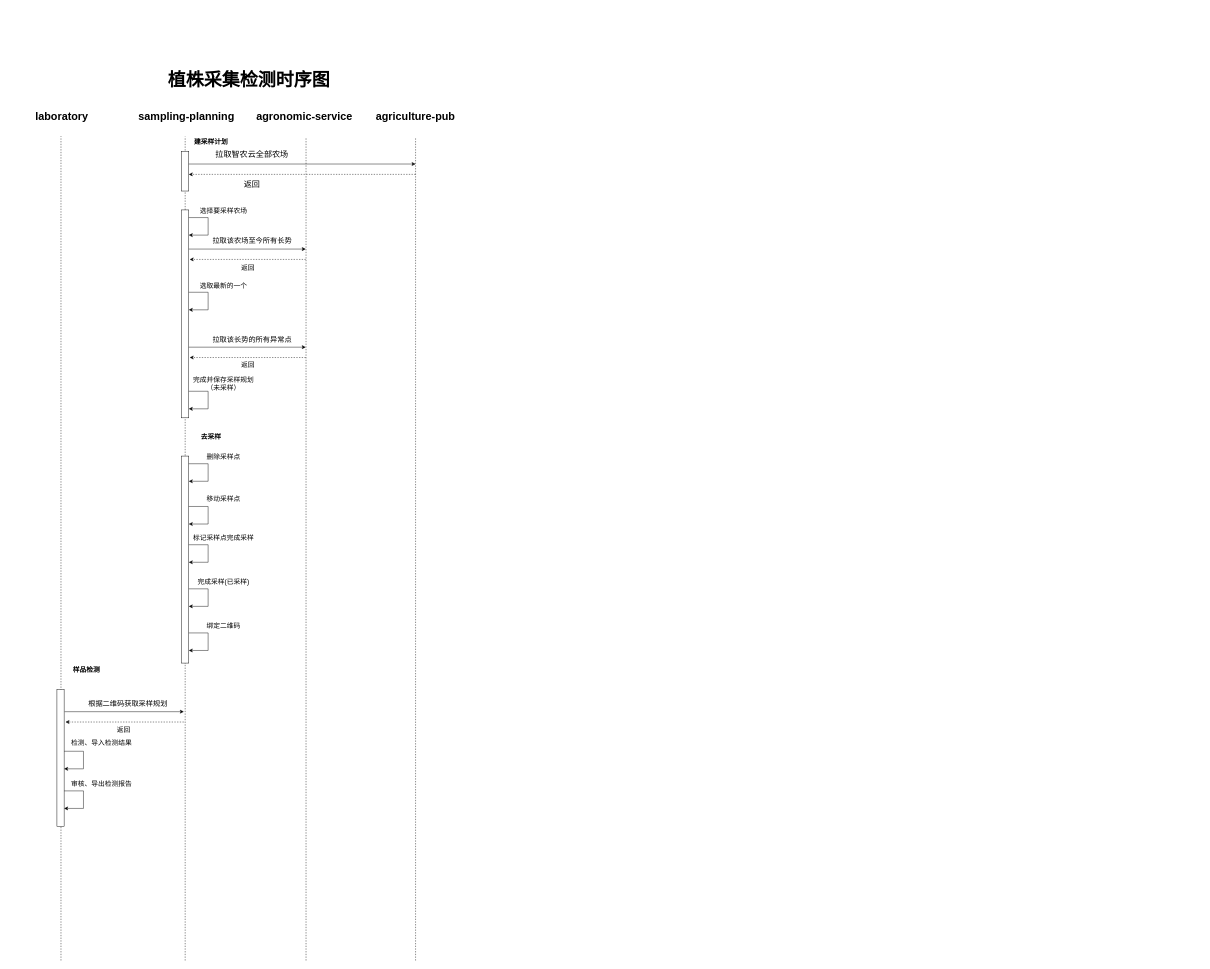
RK-JD/DrawIO keeps this draw.io diagram as 植株检测流程图.drawio. Above is the earlier version. Source tidied: cells renumbered, new cells numbered last; positions are measured from the earlier drawing's top-left corner, leaving out a move shared by most shapes. Both pictures are drawn from the tidied source at 45%, with x=0, y=0 at pixel (8, 50).
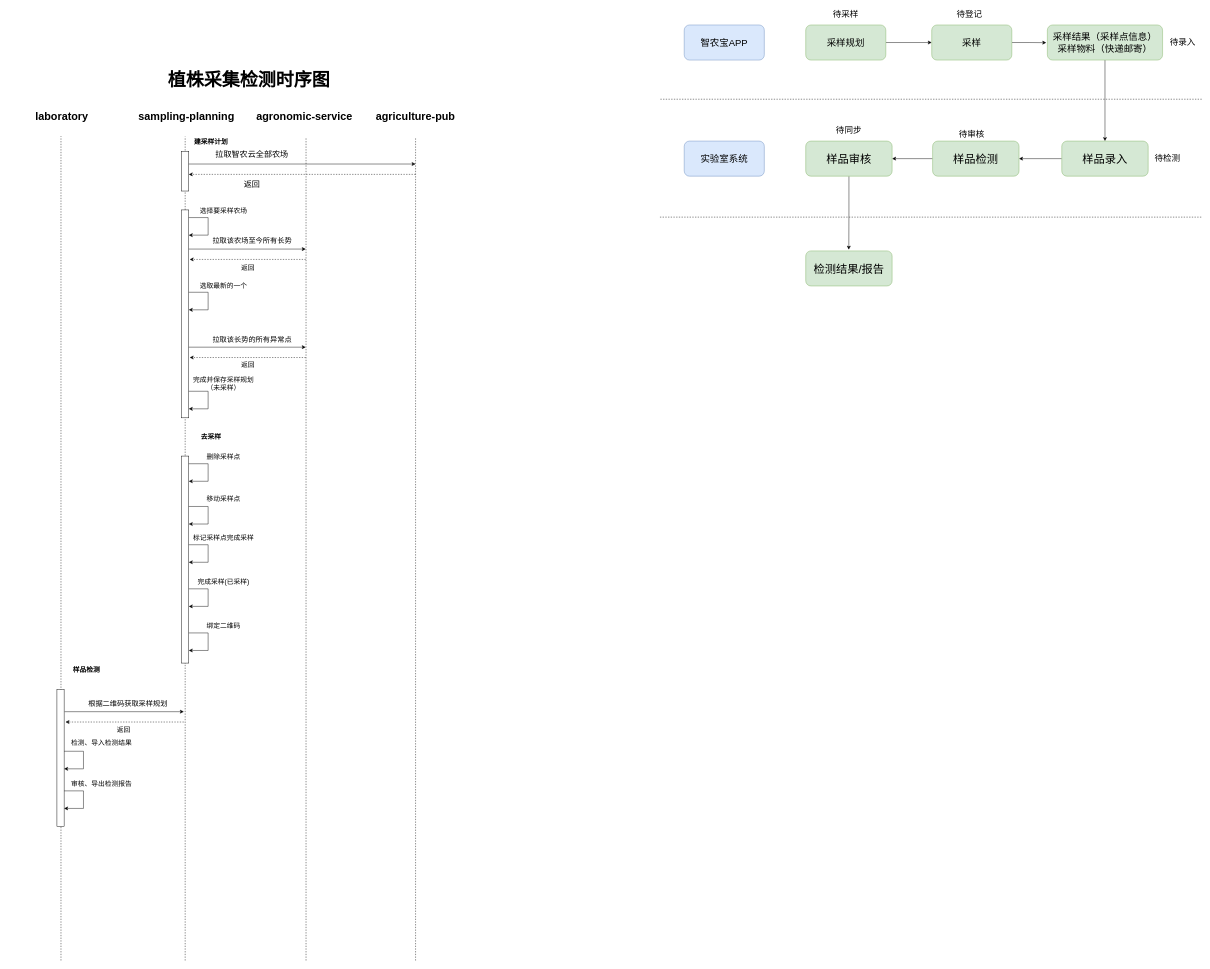
The same diagram, later.

Commit message:
更新植株检测流程图.drawio

What changed in the source:
```diff
@@
+    <mxCell id="54" value="智农宝APP" style="rounded=1;whiteSpace=wrap;html=1;fontSize=21;fontStyle=0;fillColor=#dae8fc;strokeColor=#6c8ebf;" parent="1" vertex="1">
+      <mxGeometry x="1503" y="-55" width="178" height="78" as="geometry" />
+    </mxCell>
+    <mxCell id="55" value="实验室系统" style="rounded=1;whiteSpace=wrap;html=1;fontSize=21;fontStyle=0;fillColor=#dae8fc;strokeColor=#6c8ebf;" parent="1" vertex="1">
+      <mxGeometry x="1503" y="203" width="178" height="78" as="geometry" />
+    </mxCell>
+    <mxCell id="56" style="edgeStyle=orthogonalEdgeStyle;rounded=0;jettySize=auto;html=1;exitX=1;exitY=0.5;exitDx=0;exitDy=0;entryX=0;entryY=0.5;entryDx=0;entryDy=0;" parent="1" edge="1" source="57" target="59">
+      <mxGeometry relative="1" as="geometry" />
+    </mxCell>
+    <mxCell id="57" value="采样规划" style="rounded=1;whiteSpace=wrap;html=1;fontSize=21;fontStyle=0;fillColor=#d5e8d4;strokeColor=#82b366;" parent="1" vertex="1">
+      <mxGeometry x="1773" y="-55" width="178" height="78" as="geometry" />
+    </mxCell>
+    <mxCell id="58" style="edgeStyle=orthogonalEdgeStyle;rounded=0;jettySize=auto;html=1;exitX=1;exitY=0.5;exitDx=0;exitDy=0;" parent="1" edge="1" source="59">
+      <mxGeometry relative="1" as="geometry">
+        <mxPoint x="2307.5" y="-15.7" as="targetPoint" />
+      </mxGeometry>
+    </mxCell>
+    <mxCell id="59" value="采样" style="rounded=1;whiteSpace=wrap;html=1;fontSize=21;fontStyle=0;fillColor=#d5e8d4;strokeColor=#82b366;" parent="1" vertex="1">
+      <mxGeometry x="2053" y="-55" width="178" height="78" as="geometry" />
+    </mxCell>
+    <mxCell id="60" value="&lt;span style=&quot;font-size: 19px;&quot;&gt;待采样&lt;/span&gt;" style="text;html=1;align=center;verticalAlign=middle;whiteSpace=wrap;rounded=0;strokeWidth=5;" parent="1" vertex="1">
+      <mxGeometry x="1832" y="-93" width="60" height="30" as="geometry" />
+    </mxCell>
+    <mxCell id="61" value="&lt;span style=&quot;font-size: 19px;&quot;&gt;待登记&lt;/span&gt;" style="text;html=1;align=center;verticalAlign=middle;whiteSpace=wrap;rounded=0;strokeWidth=5;" parent="1" vertex="1">
+      <mxGeometry x="2107" y="-93" width="60" height="30" as="geometry" />
+    </mxCell>
+    <mxCell id="62" style="edgeStyle=orthogonalEdgeStyle;rounded=0;jettySize=auto;html=1;exitX=0.5;exitY=1;exitDx=0;exitDy=0;entryX=0.5;entryY=0;entryDx=0;entryDy=0;" parent="1" edge="1" source="63" target="66">
+      <mxGeometry relative="1" as="geometry" />
+    </mxCell>
+    <mxCell id="63" value="采样结果（采样点信息）&lt;br&gt;采样物料（快递邮寄）" style="rounded=1;whiteSpace=wrap;html=1;fontSize=21;fontStyle=0;fillColor=#d5e8d4;strokeColor=#82b366;" parent="1" vertex="1">
+      <mxGeometry x="2310" y="-55" width="256" height="78" as="geometry" />
+    </mxCell>
+    <mxCell id="64" value="&lt;span style=&quot;font-size: 19px;&quot;&gt;待录入&lt;/span&gt;" style="text;html=1;align=center;verticalAlign=middle;whiteSpace=wrap;rounded=0;strokeWidth=5;" parent="1" vertex="1">
+      <mxGeometry x="2581" y="-30" width="60" height="30" as="geometry" />
+    </mxCell>
+    <mxCell id="65" style="edgeStyle=orthogonalEdgeStyle;rounded=0;jettySize=auto;html=1;exitX=0;exitY=0.5;exitDx=0;exitDy=0;" parent="1" edge="1" source="66" target="68">
+      <mxGeometry relative="1" as="geometry" />
+    </mxCell>
+    <mxCell id="66" value="样品录入" style="rounded=1;whiteSpace=wrap;html=1;fontSize=25;fontStyle=0;fillColor=#d5e8d4;strokeColor=#82b366;" parent="1" vertex="1">
+      <mxGeometry x="2342" y="203" width="192" height="78" as="geometry" />
+    </mxCell>
+    <mxCell id="67" style="edgeStyle=orthogonalEdgeStyle;rounded=0;jettySize=auto;html=1;exitX=0;exitY=0.5;exitDx=0;exitDy=0;entryX=1;entryY=0.5;entryDx=0;entryDy=0;" parent="1" edge="1" source="68" target="71">
+      <mxGeometry relative="1" as="geometry" />
+    </mxCell>
+    <mxCell id="68" value="样品检测" style="rounded=1;whiteSpace=wrap;html=1;fontSize=25;fontStyle=0;fillColor=#d5e8d4;strokeColor=#82b366;" parent="1" vertex="1">
+      <mxGeometry x="2055" y="203" width="192" height="78" as="geometry" />
+    </mxCell>
+    <mxCell id="69" style="endArrow=none;dashed=1;html=1;rounded=0;" parent="1" edge="1">
+      <mxGeometry relative="1" as="geometry">
+        <mxPoint x="1450" y="110" as="sourcePoint" />
+        <mxPoint x="2653" y="110" as="targetPoint" />
+      </mxGeometry>
+    </mxCell>
+    <mxCell id="70" style="edgeStyle=orthogonalEdgeStyle;rounded=0;jettySize=auto;html=1;exitX=0.5;exitY=1;exitDx=0;exitDy=0;" parent="1" edge="1" source="71">
+      <mxGeometry relative="1" as="geometry">
+        <mxPoint x="1868.7" y="444.3" as="targetPoint" />
+      </mxGeometry>
+    </mxCell>
+    <mxCell id="71" value="样品审核" style="rounded=1;whiteSpace=wrap;html=1;fontSize=25;fontStyle=0;fillColor=#d5e8d4;strokeColor=#82b366;" parent="1" vertex="1">
+      <mxGeometry x="1773" y="203" width="192" height="78" as="geometry" />
+    </mxCell>
+    <mxCell id="72" style="endArrow=none;dashed=1;html=1;rounded=0;" parent="1" edge="1">
+      <mxGeometry relative="1" as="geometry">
+        <mxPoint x="1449" y="372" as="sourcePoint" />
+        <mxPoint x="2652" y="372" as="targetPoint" />
+      </mxGeometry>
+    </mxCell>
+    <mxCell id="73" value="&lt;span style=&quot;font-size: 19px;&quot;&gt;待检测&lt;/span&gt;" style="text;html=1;align=center;verticalAlign=middle;whiteSpace=wrap;rounded=0;strokeWidth=5;" parent="1" vertex="1">
+      <mxGeometry x="2547" y="226" width="60" height="30" as="geometry" />
+    </mxCell>
+    <mxCell id="74" value="&lt;span style=&quot;font-size: 19px;&quot;&gt;待审核&lt;/span&gt;" style="text;html=1;align=center;verticalAlign=middle;whiteSpace=wrap;rounded=0;strokeWidth=5;" parent="1" vertex="1">
+      <mxGeometry x="2112" y="173" width="60" height="30" as="geometry" />
+    </mxCell>
+    <mxCell id="75" value="&lt;span style=&quot;font-size: 19px;&quot;&gt;待同步&lt;/span&gt;" style="text;html=1;align=center;verticalAlign=middle;whiteSpace=wrap;rounded=0;strokeWidth=5;" parent="1" vertex="1">
+      <mxGeometry x="1839" y="165" width="60" height="30" as="geometry" />
+    </mxCell>
+    <mxCell id="76" value="检测结果/报告" style="rounded=1;whiteSpace=wrap;html=1;fontSize=25;fontStyle=0;fillColor=#d5e8d4;strokeColor=#82b366;" parent="1" vertex="1">
+      <mxGeometry x="1773" y="447" width="192" height="78" as="geometry" />
+    </mxCell>
```
